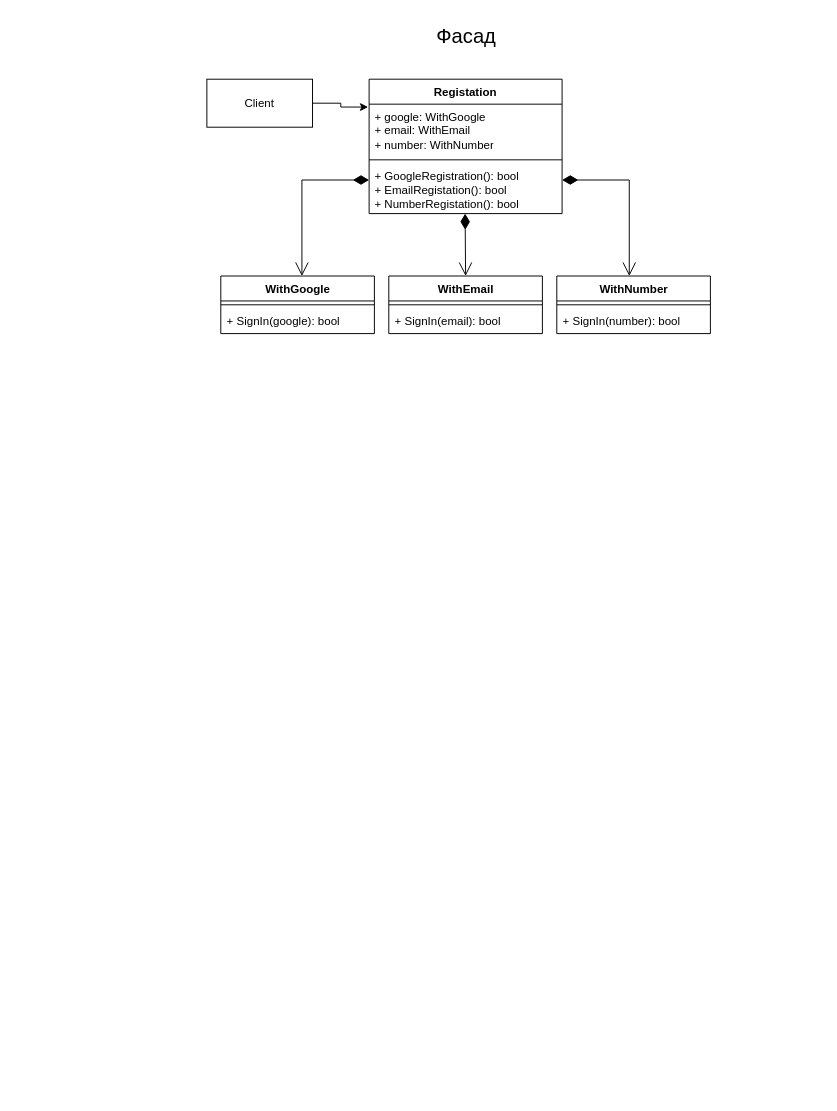
Earlier version of the draw.io diagram dz2.drawio (peerpressurre/diagrams). Source tidied: cells renumbered, new cells numbered last; positions are measured from the earlier drawing's top-left corner, leaving out a move shared by most shapes. Both pictures are drawn from the tidied source at 96%, with x=0, y=0 at pixel (206, 16).
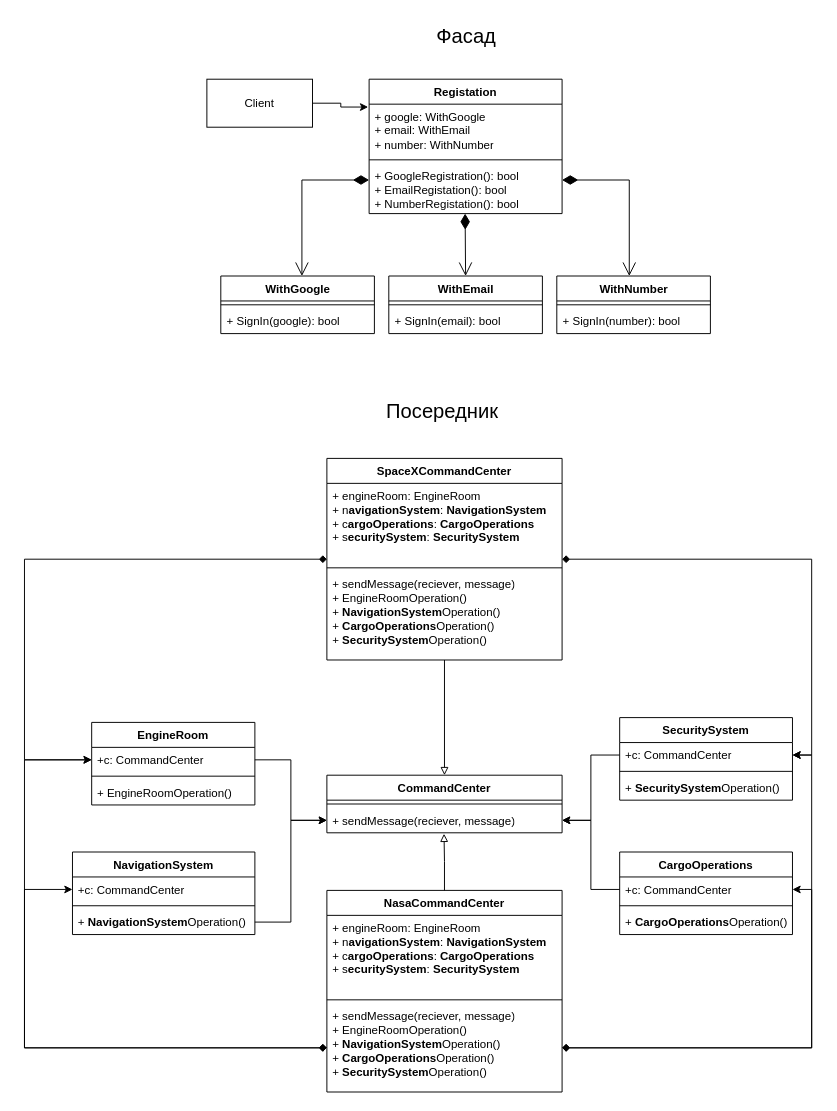
Above is the later version.

Change to the diagram source:
```diff
@@
+    <mxCell id="21" value="&lt;font style=&quot;font-size: 21px;&quot;&gt;Посередник&lt;/font&gt;" style="text;html=1;align=center;verticalAlign=middle;strokeColor=none;fillColor=none;" parent="1" vertex="1">
+      <mxGeometry x="174.5" y="390" width="140" height="40" as="geometry" />
+    </mxCell>
+    <mxCell id="22" value="CommandCenter" style="swimlane;fontStyle=1;align=center;verticalAlign=top;horizontal=1;startSize=26;whiteSpace=wrap;html=1;" parent="1" vertex="1">
+      <mxGeometry x="125" y="790" width="245" height="60" as="geometry" />
+    </mxCell>
+    <mxCell id="23" style="line;strokeWidth=1;fillColor=none;align=left;verticalAlign=middle;spacingTop=-1;spacingLeft=3;spacingRight=3;labelPosition=right;strokeColor=inherit;" parent="22" vertex="1">
+      <mxGeometry y="26" width="245" height="8" as="geometry" />
+    </mxCell>
+    <mxCell id="24" value="+ sendMessage(reciever, message)" style="text;strokeColor=none;fillColor=none;align=left;verticalAlign=top;spacingLeft=4;spacingRight=4;overflow=hidden;points=[[0,0.5],[1,0.5]];portConstraint=eastwest;whiteSpace=wrap;html=1;" parent="22" vertex="1">
+      <mxGeometry y="34" width="245" height="26" as="geometry" />
+    </mxCell>
+    <mxCell id="25" value="NasaCommandCenter" style="swimlane;fontStyle=1;align=center;verticalAlign=top;horizontal=1;startSize=26;whiteSpace=wrap;html=1;" parent="1" vertex="1">
+      <mxGeometry x="125" y="910" width="245" height="210" as="geometry" />
+    </mxCell>
+    <mxCell id="26" value="+ engineRoom: EngineRoom&lt;div&gt;+ n&lt;span style=&quot;font-weight: 700; text-align: center;&quot;&gt;avigationSystem&lt;/span&gt;:&amp;nbsp;&lt;span style=&quot;font-weight: 700; text-align: center; background-color: initial;&quot;&gt;NavigationSystem&lt;/span&gt;&lt;br&gt;&lt;/div&gt;&lt;div&gt;+ c&lt;span style=&quot;font-weight: 700; text-align: center;&quot;&gt;argoOperations&lt;/span&gt;:&amp;nbsp;&lt;span style=&quot;font-weight: 700; text-align: center; background-color: initial;&quot;&gt;CargoOperations&lt;/span&gt;&lt;span style=&quot;font-weight: 700; text-align: center; background-color: initial;&quot;&gt;&lt;br&gt;&lt;/span&gt;&lt;/div&gt;&lt;div&gt;+ s&lt;span style=&quot;font-weight: 700; text-align: center;&quot;&gt;ecuritySystem&lt;/span&gt;:&amp;nbsp;&lt;span style=&quot;font-weight: 700; text-align: center; background-color: initial;&quot;&gt;SecuritySystem&lt;/span&gt;&lt;span style=&quot;background-color: initial; font-weight: 700; text-align: center;&quot;&gt;&lt;br&gt;&lt;/span&gt;&lt;/div&gt;&lt;div&gt;&lt;span style=&quot;font-weight: 700; text-align: center; background-color: initial;&quot;&gt;&lt;br&gt;&lt;/span&gt;&lt;/div&gt;&lt;div&gt;&lt;span style=&quot;font-weight: 700; text-align: center; background-color: initial;&quot;&gt;&lt;br&gt;&lt;/span&gt;&lt;/div&gt;" style="text;strokeColor=none;fillColor=none;align=left;verticalAlign=top;spacingLeft=4;spacingRight=4;overflow=hidden;whiteSpace=wrap;html=1;" parent="25" vertex="1">
+      <mxGeometry y="26" width="245" height="84" as="geometry" />
+    </mxCell>
+    <mxCell id="27" style="line;strokeWidth=1;fillColor=none;align=left;verticalAlign=middle;spacingTop=-1;spacingLeft=3;spacingRight=3;labelPosition=right;strokeColor=inherit;" parent="25" vertex="1">
+      <mxGeometry y="110" width="245" height="8" as="geometry" />
+    </mxCell>
+    <mxCell id="28" value="+ sendMessage(reciever, message)&lt;div&gt;+ EngineRoomOperation()&lt;/div&gt;&lt;div&gt;+&amp;nbsp;&lt;span style=&quot;font-weight: 700; text-align: center;&quot;&gt;NavigationSystem&lt;/span&gt;Operation()&lt;br&gt;&lt;/div&gt;&lt;div&gt;+&amp;nbsp;&lt;span style=&quot;font-weight: 700; text-align: center;&quot;&gt;CargoOperations&lt;/span&gt;Operation()&lt;br&gt;&lt;/div&gt;&lt;div&gt;+&amp;nbsp;&lt;span style=&quot;font-weight: 700; text-align: center;&quot;&gt;SecuritySystem&lt;/span&gt;Operation()&lt;br&gt;&lt;/div&gt;" style="text;strokeColor=none;fillColor=none;align=left;verticalAlign=top;spacingLeft=4;spacingRight=4;overflow=hidden;points=[[0,0.5],[1,0.5]];portConstraint=eastwest;whiteSpace=wrap;html=1;" parent="25" vertex="1">
+      <mxGeometry y="118" width="245" height="92" as="geometry" />
+    </mxCell>
+    <mxCell id="29" value="EngineRoom" style="swimlane;fontStyle=1;align=center;verticalAlign=top;horizontal=1;startSize=26;whiteSpace=wrap;html=1;" parent="1" vertex="1">
+      <mxGeometry x="-120" y="735" width="170" height="86" as="geometry" />
+    </mxCell>
+    <mxCell id="30" value="+c: CommandCenter" style="text;strokeColor=none;fillColor=none;align=left;verticalAlign=top;spacingLeft=4;spacingRight=4;overflow=hidden;points=[[0,0.5],[1,0.5]];portConstraint=eastwest;whiteSpace=wrap;html=1;" parent="29" vertex="1">
+      <mxGeometry y="26" width="170" height="26" as="geometry" />
+    </mxCell>
+    <mxCell id="31" style="line;strokeWidth=1;fillColor=none;align=left;verticalAlign=middle;spacingTop=-1;spacingLeft=3;spacingRight=3;labelPosition=right;strokeColor=inherit;" parent="29" vertex="1">
+      <mxGeometry y="52" width="170" height="8" as="geometry" />
+    </mxCell>
+    <mxCell id="32" value="&lt;div&gt;+ EngineRoomOperation()&lt;/div&gt;&lt;div&gt;&lt;br&gt;&lt;/div&gt;" style="text;strokeColor=none;fillColor=none;align=left;verticalAlign=top;spacingLeft=4;spacingRight=4;overflow=hidden;whiteSpace=wrap;html=1;" parent="29" vertex="1">
+      <mxGeometry y="60" width="170" height="26" as="geometry" />
+    </mxCell>
+    <mxCell id="33" value="NavigationSystem" style="swimlane;fontStyle=1;align=center;verticalAlign=top;horizontal=1;startSize=26;whiteSpace=wrap;html=1;" parent="1" vertex="1">
+      <mxGeometry x="-140" y="870" width="190" height="86" as="geometry" />
+    </mxCell>
+    <mxCell id="34" value="+c: CommandCenter" style="text;strokeColor=none;fillColor=none;align=left;verticalAlign=top;spacingLeft=4;spacingRight=4;overflow=hidden;points=[[0,0.5],[1,0.5]];portConstraint=eastwest;whiteSpace=wrap;html=1;" parent="33" vertex="1">
+      <mxGeometry y="26" width="190" height="26" as="geometry" />
+    </mxCell>
+    <mxCell id="35" style="line;strokeWidth=1;fillColor=none;align=left;verticalAlign=middle;spacingTop=-1;spacingLeft=3;spacingRight=3;labelPosition=right;strokeColor=inherit;" parent="33" vertex="1">
+      <mxGeometry y="52" width="190" height="8" as="geometry" />
+    </mxCell>
+    <mxCell id="36" value="&lt;div&gt;+&amp;nbsp;&lt;span style=&quot;font-weight: 700; text-align: center;&quot;&gt;NavigationSystem&lt;/span&gt;Operation()&lt;br&gt;&lt;/div&gt;&lt;div&gt;&lt;br&gt;&lt;/div&gt;" style="text;strokeColor=none;fillColor=none;align=left;verticalAlign=top;spacingLeft=4;spacingRight=4;overflow=hidden;points=[[0,0.5],[1,0.5]];portConstraint=eastwest;whiteSpace=wrap;html=1;" parent="33" vertex="1">
+      <mxGeometry y="60" width="190" height="26" as="geometry" />
+    </mxCell>
+    <mxCell id="37" value="CargoOperations" style="swimlane;fontStyle=1;align=center;verticalAlign=top;horizontal=1;startSize=26;whiteSpace=wrap;html=1;" parent="1" vertex="1">
+      <mxGeometry x="430" y="870" width="180" height="86" as="geometry" />
+    </mxCell>
+    <mxCell id="38" value="+c: CommandCenter" style="text;strokeColor=none;fillColor=none;align=left;verticalAlign=top;spacingLeft=4;spacingRight=4;overflow=hidden;points=[[0,0.5],[1,0.5]];portConstraint=eastwest;whiteSpace=wrap;html=1;" parent="37" vertex="1">
+      <mxGeometry y="26" width="180" height="26" as="geometry" />
+    </mxCell>
+    <mxCell id="39" style="line;strokeWidth=1;fillColor=none;align=left;verticalAlign=middle;spacingTop=-1;spacingLeft=3;spacingRight=3;labelPosition=right;strokeColor=inherit;" parent="37" vertex="1">
+      <mxGeometry y="52" width="180" height="8" as="geometry" />
+    </mxCell>
+    <mxCell id="40" value="&lt;div&gt;+&amp;nbsp;&lt;span style=&quot;font-weight: 700; text-align: center;&quot;&gt;CargoOperations&lt;/span&gt;Operation()&lt;br&gt;&lt;/div&gt;&lt;div&gt;&lt;br&gt;&lt;/div&gt;" style="text;strokeColor=none;fillColor=none;align=left;verticalAlign=top;spacingLeft=4;spacingRight=4;overflow=hidden;whiteSpace=wrap;html=1;" parent="37" vertex="1">
+      <mxGeometry y="60" width="180" height="26" as="geometry" />
+    </mxCell>
+    <mxCell id="41" value="SecuritySystem" style="swimlane;fontStyle=1;align=center;verticalAlign=top;horizontal=1;startSize=26;whiteSpace=wrap;html=1;" parent="1" vertex="1">
+      <mxGeometry x="430" y="730" width="180" height="86" as="geometry" />
+    </mxCell>
+    <mxCell id="42" value="+c: CommandCenter" style="text;strokeColor=none;fillColor=none;align=left;verticalAlign=top;spacingLeft=4;spacingRight=4;overflow=hidden;points=[[0,0.5],[1,0.5]];portConstraint=eastwest;whiteSpace=wrap;html=1;" parent="41" vertex="1">
+      <mxGeometry y="26" width="180" height="26" as="geometry" />
+    </mxCell>
+    <mxCell id="43" style="line;strokeWidth=1;fillColor=none;align=left;verticalAlign=middle;spacingTop=-1;spacingLeft=3;spacingRight=3;labelPosition=right;strokeColor=inherit;" parent="41" vertex="1">
+      <mxGeometry y="52" width="180" height="8" as="geometry" />
+    </mxCell>
+    <mxCell id="44" value="+&amp;nbsp;&lt;span style=&quot;font-weight: 700; text-align: center;&quot;&gt;SecuritySystem&lt;/span&gt;Operation()" style="text;strokeColor=none;fillColor=none;align=left;verticalAlign=top;spacingLeft=4;spacingRight=4;overflow=hidden;whiteSpace=wrap;html=1;" parent="41" vertex="1">
+      <mxGeometry y="60" width="180" height="26" as="geometry" />
+    </mxCell>
+    <mxCell id="45" style="edgeStyle=orthogonalEdgeStyle;rounded=0;jettySize=auto;html=1;entryX=0.498;entryY=1.038;entryDx=0;entryDy=0;entryPerimeter=0;endArrow=block;endFill=0;" parent="1" edge="1" source="25" target="24">
+      <mxGeometry relative="1" as="geometry" />
+    </mxCell>
+    <mxCell id="46" style="edgeStyle=orthogonalEdgeStyle;rounded=0;jettySize=auto;html=1;entryX=0;entryY=0.5;entryDx=0;entryDy=0;" parent="1" edge="1" source="30" target="24">
+      <mxGeometry relative="1" as="geometry" />
+    </mxCell>
+    <mxCell id="47" style="edgeStyle=orthogonalEdgeStyle;rounded=0;jettySize=auto;html=1;entryX=0;entryY=0.5;entryDx=0;entryDy=0;" parent="1" edge="1" source="36" target="24">
+      <mxGeometry relative="1" as="geometry" />
+    </mxCell>
+    <mxCell id="48" style="edgeStyle=orthogonalEdgeStyle;rounded=0;jettySize=auto;html=1;" parent="1" edge="1" source="42" target="24">
+      <mxGeometry relative="1" as="geometry" />
+    </mxCell>
+    <mxCell id="49" style="edgeStyle=orthogonalEdgeStyle;rounded=0;jettySize=auto;html=1;entryX=1;entryY=0.5;entryDx=0;entryDy=0;" parent="1" edge="1" source="38" target="24">
+      <mxGeometry relative="1" as="geometry" />
+    </mxCell>
+    <mxCell id="50" style="edgeStyle=orthogonalEdgeStyle;rounded=0;jettySize=auto;html=1;entryX=1;entryY=0.5;entryDx=0;entryDy=0;startArrow=diamond;startFill=1;" parent="1" edge="1" source="28" target="38">
+      <mxGeometry relative="1" as="geometry" />
+    </mxCell>
+    <mxCell id="51" style="edgeStyle=orthogonalEdgeStyle;rounded=0;jettySize=auto;html=1;entryX=1;entryY=0.5;entryDx=0;entryDy=0;startArrow=diamond;startFill=1;" parent="1" edge="1" source="28" target="42">
+      <mxGeometry relative="1" as="geometry" />
+    </mxCell>
+    <mxCell id="52" style="edgeStyle=orthogonalEdgeStyle;rounded=0;jettySize=auto;html=1;entryX=0;entryY=0.5;entryDx=0;entryDy=0;startArrow=diamond;startFill=1;" parent="1" edge="1" source="28" target="30">
+      <mxGeometry relative="1" as="geometry">
+        <Array as="points">
+          <mxPoint x="-190" y="1074" />
+          <mxPoint x="-190" y="774" />
+        </Array>
+      </mxGeometry>
+    </mxCell>
+    <mxCell id="53" style="edgeStyle=orthogonalEdgeStyle;rounded=0;jettySize=auto;html=1;entryX=0;entryY=0.5;entryDx=0;entryDy=0;startArrow=diamond;startFill=1;" parent="1" edge="1" source="28" target="34">
+      <mxGeometry relative="1" as="geometry">
+        <Array as="points">
+          <mxPoint x="-190" y="1074" />
+          <mxPoint x="-190" y="909" />
+        </Array>
+      </mxGeometry>
+    </mxCell>
+    <mxCell id="54" style="edgeStyle=orthogonalEdgeStyle;rounded=0;jettySize=auto;html=1;entryX=0;entryY=0.5;entryDx=0;entryDy=0;startArrow=diamond;startFill=1;" parent="1" edge="1" source="57" target="30">
+      <mxGeometry relative="1" as="geometry">
+        <Array as="points">
+          <mxPoint x="-190" y="565" />
+          <mxPoint x="-190" y="774" />
+        </Array>
+      </mxGeometry>
+    </mxCell>
+    <mxCell id="55" style="edgeStyle=orthogonalEdgeStyle;rounded=0;jettySize=auto;html=1;entryX=0.5;entryY=0;entryDx=0;entryDy=0;endArrow=block;endFill=0;" parent="1" edge="1" source="57" target="22">
+      <mxGeometry relative="1" as="geometry" />
+    </mxCell>
+    <mxCell id="56" style="edgeStyle=orthogonalEdgeStyle;rounded=0;jettySize=auto;html=1;entryX=1;entryY=0.5;entryDx=0;entryDy=0;startArrow=diamond;startFill=1;" parent="1" edge="1" source="57" target="42">
+      <mxGeometry relative="1" as="geometry">
+        <Array as="points">
+          <mxPoint x="630" y="565" />
+          <mxPoint x="630" y="769" />
+        </Array>
+      </mxGeometry>
+    </mxCell>
+    <mxCell id="57" value="SpaceXCommandCenter" style="swimlane;fontStyle=1;align=center;verticalAlign=top;horizontal=1;startSize=26;whiteSpace=wrap;html=1;" parent="1" vertex="1">
+      <mxGeometry x="125" y="460" width="245" height="210" as="geometry" />
+    </mxCell>
+    <mxCell id="58" value="+ engineRoom: EngineRoom&lt;div&gt;+ n&lt;span style=&quot;font-weight: 700; text-align: center;&quot;&gt;avigationSystem&lt;/span&gt;:&amp;nbsp;&lt;span style=&quot;font-weight: 700; text-align: center; background-color: initial;&quot;&gt;NavigationSystem&lt;/span&gt;&lt;br&gt;&lt;/div&gt;&lt;div&gt;+ c&lt;span style=&quot;font-weight: 700; text-align: center;&quot;&gt;argoOperations&lt;/span&gt;:&amp;nbsp;&lt;span style=&quot;font-weight: 700; text-align: center; background-color: initial;&quot;&gt;CargoOperations&lt;/span&gt;&lt;span style=&quot;font-weight: 700; text-align: center; background-color: initial;&quot;&gt;&lt;br&gt;&lt;/span&gt;&lt;/div&gt;&lt;div&gt;+ s&lt;span style=&quot;font-weight: 700; text-align: center;&quot;&gt;ecuritySystem&lt;/span&gt;:&amp;nbsp;&lt;span style=&quot;font-weight: 700; text-align: center; background-color: initial;&quot;&gt;SecuritySystem&lt;/span&gt;&lt;span style=&quot;background-color: initial; font-weight: 700; text-align: center;&quot;&gt;&lt;br&gt;&lt;/span&gt;&lt;/div&gt;&lt;div&gt;&lt;span style=&quot;font-weight: 700; text-align: center; background-color: initial;&quot;&gt;&lt;br&gt;&lt;/span&gt;&lt;/div&gt;&lt;div&gt;&lt;span style=&quot;font-weight: 700; text-align: center; background-color: initial;&quot;&gt;&lt;br&gt;&lt;/span&gt;&lt;/div&gt;" style="text;strokeColor=none;fillColor=none;align=left;verticalAlign=top;spacingLeft=4;spacingRight=4;overflow=hidden;whiteSpace=wrap;html=1;" parent="57" vertex="1">
+      <mxGeometry y="26" width="245" height="84" as="geometry" />
+    </mxCell>
+    <mxCell id="59" style="line;strokeWidth=1;fillColor=none;align=left;verticalAlign=middle;spacingTop=-1;spacingLeft=3;spacingRight=3;labelPosition=right;strokeColor=inherit;" parent="57" vertex="1">
+      <mxGeometry y="110" width="245" height="8" as="geometry" />
+    </mxCell>
+    <mxCell id="60" value="+ sendMessage(reciever, message)&lt;div&gt;+ EngineRoomOperation()&lt;/div&gt;&lt;div&gt;+&amp;nbsp;&lt;span style=&quot;font-weight: 700; text-align: center;&quot;&gt;NavigationSystem&lt;/span&gt;Operation()&lt;br&gt;&lt;/div&gt;&lt;div&gt;+&amp;nbsp;&lt;span style=&quot;font-weight: 700; text-align: center;&quot;&gt;CargoOperations&lt;/span&gt;Operation()&lt;br&gt;&lt;/div&gt;&lt;div&gt;+&amp;nbsp;&lt;span style=&quot;font-weight: 700; text-align: center;&quot;&gt;SecuritySystem&lt;/span&gt;Operation()&lt;br&gt;&lt;/div&gt;" style="text;strokeColor=none;fillColor=none;align=left;verticalAlign=top;spacingLeft=4;spacingRight=4;overflow=hidden;whiteSpace=wrap;html=1;" parent="57" vertex="1">
+      <mxGeometry y="118" width="245" height="92" as="geometry" />
+    </mxCell>
```
